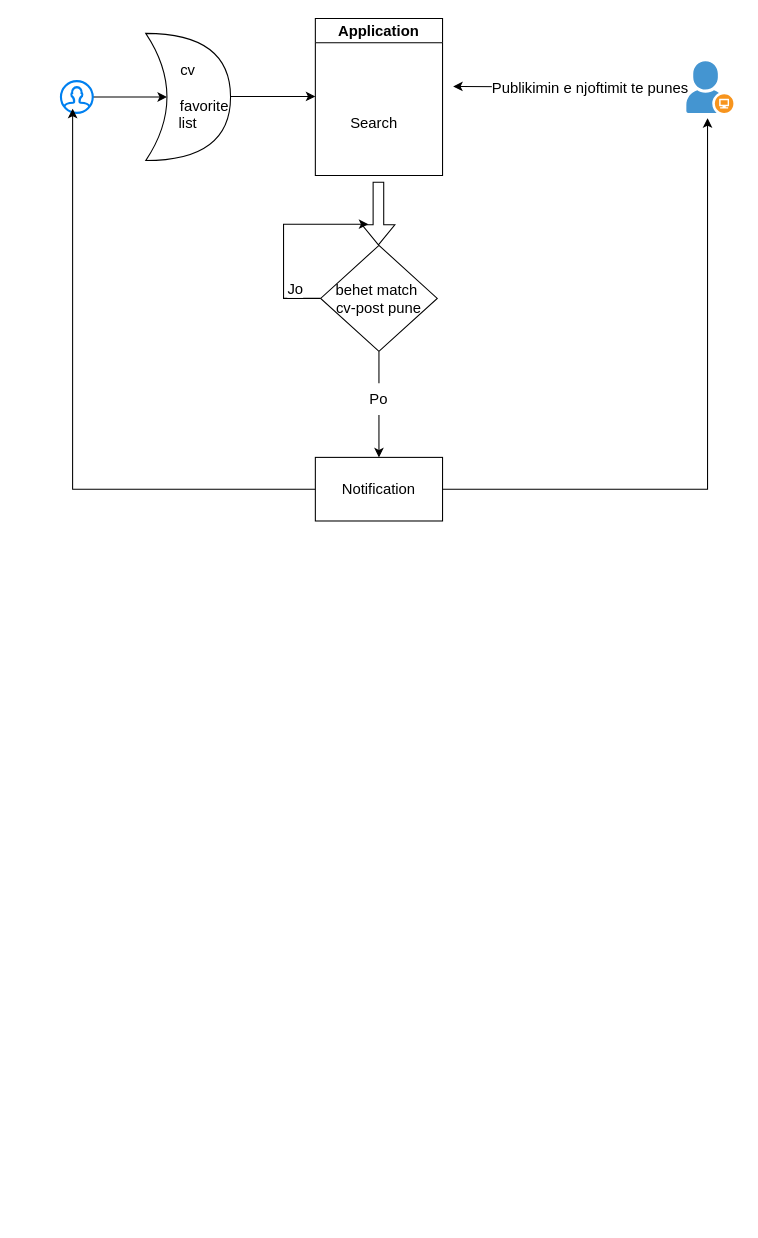
Before: draw.io/Untitled Diagram.drawio in endri21/Draw.io, a draw.io diagram. Source tidied: cells renumbered, new cells numbered last; positions are measured from the earlier drawing's top-left corner, leaving out a move shared by most shapes. Both pictures are drawn from the tidied source at 106%, with x=0, y=0 at pixel (60, 18).
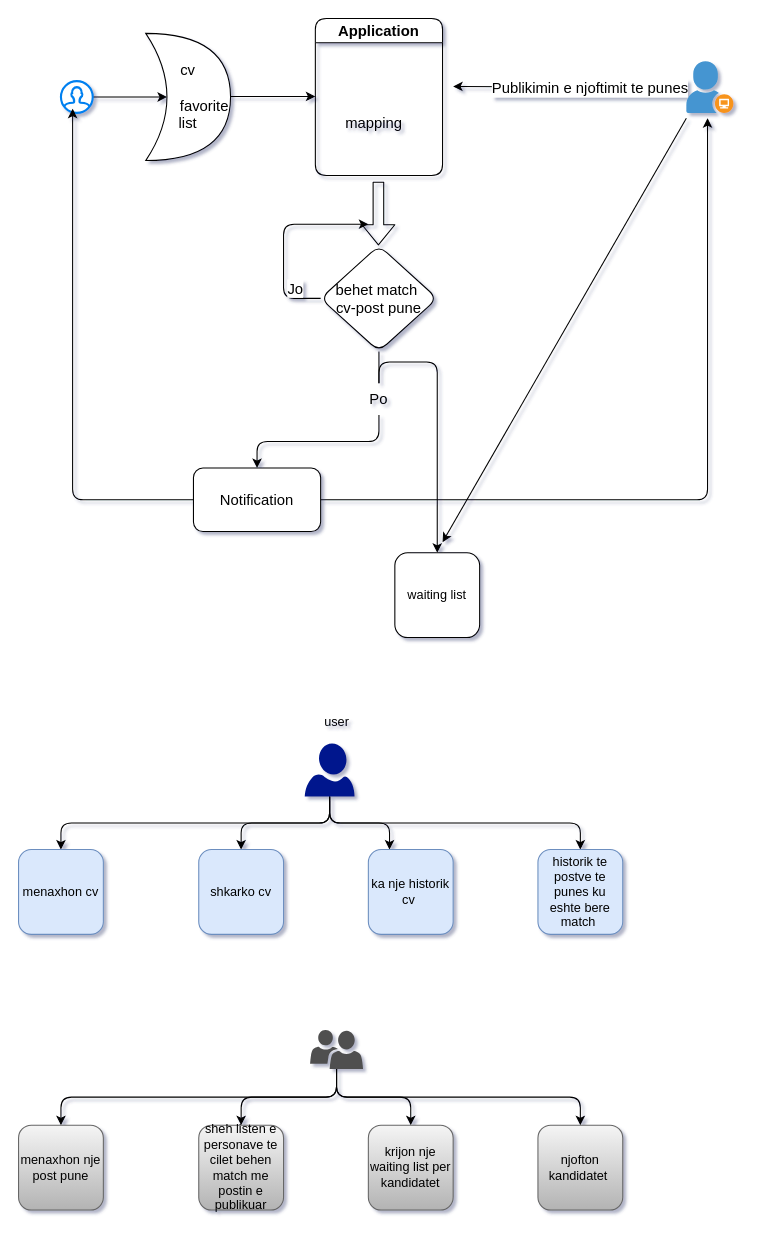
The same page after the edit.

Change to the diagram source:
```diff
@@
-<mxGraphModel>
+<mxGraphModel shadow="1">
@@
-    <mxCell id="2" style="edgeStyle=orthogonalEdgeStyle;rounded=0;orthogonalLoop=1;jettySize=auto;html=1;exitX=1;exitY=0.5;exitDx=0;exitDy=0;exitPerimeter=0;fontSize=14;" parent="1" edge="1">
+    <mxCell id="2" style="edgeStyle=orthogonalEdgeStyle;rounded=1;orthogonalLoop=1;jettySize=auto;html=1;exitX=1;exitY=0.5;exitDx=0;exitDy=0;exitPerimeter=0;fontSize=14;" parent="1" edge="1">
       <mxGeometry relative="1" as="geometry">
         <mxPoint x="160" y="73.5" as="sourcePoint" />
         <mxPoint x="240" y="73.5" as="targetPoint" />
       </mxGeometry>
     </mxCell>
-    <mxCell id="3" value="Application" style="swimlane;fontSize=14;" parent="1" vertex="1">
+    <mxCell id="3" value="Application" style="swimlane;fontSize=14;rounded=1;" parent="1" vertex="1">
       <mxGeometry x="240" y="-0.1" width="120" height="148.1" as="geometry" />
     </mxCell>
-    <mxCell id="4" value="Search" style="text;html=1;align=center;verticalAlign=middle;strokeColor=none;fillColor=none;fontSize=14;" parent="3" vertex="1">
-      <mxGeometry x="20" y="84.1" width="70" height="30" as="geometry" />
+    <mxCell id="4" value="mapping" style="text;html=1;align=center;verticalAlign=middle;strokeColor=none;fillColor=none;fontSize=14;rounded=1;" parent="3" vertex="1">
+      <mxGeometry x="15" y="84.1" width="80" height="30" as="geometry" />
     </mxCell>
-    <mxCell id="5" style="edgeStyle=orthogonalEdgeStyle;rounded=0;jettySize=auto;html=1;fontSize=14;" parent="1" edge="1" source="7">
+    <mxCell id="5" style="edgeStyle=orthogonalEdgeStyle;rounded=1;jettySize=auto;html=1;fontSize=14;" parent="1" edge="1" source="7">
       <mxGeometry relative="1" as="geometry">
         <mxPoint x="370" y="64" as="targetPoint" />
       </mxGeometry>
     </mxCell>
-    <mxCell id="6" value="Publikimin e njoftimit te punes" style="edgeLabel;html=1;align=center;verticalAlign=middle;fontSize=14;" parent="5" vertex="1">
+    <mxCell id="6" value="Publikimin e njoftimit te punes" style="edgeLabel;html=1;align=center;verticalAlign=middle;fontSize=14;rounded=1;" parent="5" vertex="1">
       <mxGeometry x="-0.16" y="1" relative="1" as="geometry" />
     </mxCell>
-    <mxCell id="7" style="shadow=0;dashed=0;html=1;strokeColor=none;fillColor=#4495D1;labelPosition=center;verticalLabelPosition=bottom;verticalAlign=top;align=center;outlineConnect=0;shape=mxgraph.veeam.company_user;fontSize=14;" parent="1" vertex="1">
+    <mxCell id="7" style="shadow=0;dashed=0;html=1;strokeColor=none;fillColor=#4495D1;labelPosition=center;verticalLabelPosition=bottom;verticalAlign=top;align=center;outlineConnect=0;shape=mxgraph.veeam.company_user;fontSize=14;rounded=1;" parent="1" vertex="1">
       <mxGeometry x="590" y="40.2" width="44.4" height="48.8" as="geometry" />
     </mxCell>
-    <mxCell id="8" style="edgeStyle=orthogonalEdgeStyle;rounded=0;jettySize=auto;html=1;entryX=0.25;entryY=0.5;entryDx=0;entryDy=0;entryPerimeter=0;fontSize=14;" parent="1" edge="1" source="9" target="10">
+    <mxCell id="8" style="edgeStyle=orthogonalEdgeStyle;rounded=1;jettySize=auto;html=1;entryX=0.25;entryY=0.5;entryDx=0;entryDy=0;entryPerimeter=0;fontSize=14;" parent="1" edge="1" source="9" target="10">
       <mxGeometry relative="1" as="geometry" />
     </mxCell>
-    <mxCell id="9" style="html=1;verticalLabelPosition=bottom;align=center;labelBackgroundColor=#ffffff;verticalAlign=top;strokeWidth=2;strokeColor=#0080F0;shadow=0;dashed=0;shape=mxgraph.ios7.icons.user;fontSize=14;" parent="1" vertex="1">
+    <mxCell id="9" style="html=1;verticalLabelPosition=bottom;align=center;labelBackgroundColor=#ffffff;verticalAlign=top;strokeWidth=2;strokeColor=#0080F0;shadow=0;dashed=0;shape=mxgraph.ios7.icons.user;fontSize=14;rounded=1;" parent="1" vertex="1">
       <mxGeometry y="59" width="30" height="30" as="geometry" />
     </mxCell>
-    <mxCell id="10" value="cv&lt;br&gt;&lt;br&gt;&lt;span style=&quot;white-space: pre;&quot;&gt;&#9;&lt;/span&gt;favorite list" style="shape=xor;whiteSpace=wrap;html=1;fontSize=14;" parent="1" vertex="1">
+    <mxCell id="10" value="cv&lt;br&gt;&lt;br&gt;&lt;span style=&quot;white-space: pre;&quot;&gt;&#9;&lt;/span&gt;favorite list" style="shape=xor;whiteSpace=wrap;html=1;fontSize=14;rounded=1;" parent="1" vertex="1">
       <mxGeometry x="80" y="14" width="80" height="120" as="geometry" />
     </mxCell>
-    <mxCell id="11" style="shape=flexArrow;endArrow=classic;html=1;rounded=0;fontSize=14;" parent="1" edge="1">
+    <mxCell id="11" style="shape=flexArrow;endArrow=classic;html=1;rounded=1;fontSize=14;" parent="1" edge="1">
       <mxGeometry relative="1" as="geometry">
         <mxPoint x="299.5" y="154" as="sourcePoint" />
         <mxPoint x="299.5" y="214" as="targetPoint" />
       </mxGeometry>
     </mxCell>
-    <mxCell id="12" style="edgeStyle=orthogonalEdgeStyle;rounded=0;jettySize=auto;html=1;exitX=0.5;exitY=1;exitDx=0;exitDy=0;fontSize=14;startArrow=none;" parent="1" edge="1" source="19" target="18">
+    <mxCell id="12" style="edgeStyle=orthogonalEdgeStyle;rounded=1;jettySize=auto;html=1;exitX=0.5;exitY=1;exitDx=0;exitDy=0;fontSize=14;startArrow=none;" parent="1" edge="1" source="19" target="18">
       <mxGeometry relative="1" as="geometry" />
     </mxCell>
-    <mxCell id="13" style="edgeStyle=orthogonalEdgeStyle;rounded=0;jettySize=auto;html=1;exitX=0;exitY=0.5;exitDx=0;exitDy=0;fontSize=14;" parent="1" edge="1" source="15">
+    <mxCell id="13" style="edgeStyle=orthogonalEdgeStyle;rounded=1;jettySize=auto;html=1;exitX=0;exitY=0.5;exitDx=0;exitDy=0;fontSize=14;" parent="1" edge="1" source="15">
       <mxGeometry relative="1" as="geometry">
         <mxPoint x="290" y="194" as="targetPoint" />
         <Array as="points">
           <mxPoint x="210" y="264" />
           <mxPoint x="210" y="194" />
         </Array>
       </mxGeometry>
     </mxCell>
-    <mxCell id="14" value="Jo" style="edgeLabel;html=1;align=center;verticalAlign=middle;fontSize=14;" parent="13" vertex="1">
+    <mxCell id="14" value="Jo" style="edgeLabel;html=1;align=center;verticalAlign=middle;fontSize=14;rounded=1;" parent="13" vertex="1">
       <mxGeometry x="0.37" y="1" relative="1" as="geometry">
         <mxPoint x="-12" y="61" as="offset" />
       </mxGeometry>
     </mxCell>
-    <mxCell id="15" value="behet match&amp;nbsp;&lt;br&gt;cv-post pune" style="rhombus;whiteSpace=wrap;html=1;fontSize=14;" parent="1" vertex="1">
+    <mxCell id="15" value="behet match&amp;nbsp;&lt;br&gt;cv-post pune" style="rhombus;whiteSpace=wrap;html=1;fontSize=14;rounded=1;" parent="1" vertex="1">
       <mxGeometry x="245" y="214" width="110" height="100" as="geometry" />
     </mxCell>
-    <mxCell id="16" style="edgeStyle=orthogonalEdgeStyle;rounded=0;jettySize=auto;html=1;exitX=1;exitY=0.5;exitDx=0;exitDy=0;entryX=0.45;entryY=1.102;entryDx=0;entryDy=0;entryPerimeter=0;fontSize=14;" parent="1" edge="1" source="18" target="7">
+    <mxCell id="16" style="edgeStyle=orthogonalEdgeStyle;rounded=1;jettySize=auto;html=1;exitX=1;exitY=0.5;exitDx=0;exitDy=0;entryX=0.45;entryY=1.102;entryDx=0;entryDy=0;entryPerimeter=0;fontSize=14;" parent="1" edge="1" source="18" target="7">
       <mxGeometry relative="1" as="geometry" />
     </mxCell>
-    <mxCell id="17" style="edgeStyle=orthogonalEdgeStyle;rounded=0;jettySize=auto;html=1;exitX=0;exitY=0.5;exitDx=0;exitDy=0;entryX=0.367;entryY=0.867;entryDx=0;entryDy=0;entryPerimeter=0;fontSize=14;" parent="1" edge="1" source="18" target="9">
+    <mxCell id="17" style="edgeStyle=orthogonalEdgeStyle;rounded=1;jettySize=auto;html=1;exitX=0;exitY=0.5;exitDx=0;exitDy=0;entryX=0.367;entryY=0.867;entryDx=0;entryDy=0;entryPerimeter=0;fontSize=14;" parent="1" edge="1" source="18" target="9">
       <mxGeometry relative="1" as="geometry" />
     </mxCell>
-    <mxCell id="18" value="Notification" style="rounded=0;whiteSpace=wrap;html=1;fontSize=14;" parent="1" vertex="1">
-      <mxGeometry x="240" y="414" width="120" height="60" as="geometry" />
+    <mxCell id="18" value="Notification" style="rounded=1;whiteSpace=wrap;html=1;fontSize=14;" parent="1" vertex="1">
+      <mxGeometry x="125" y="424" width="120" height="60" as="geometry" />
     </mxCell>
+    <mxCell id="21" style="edgeStyle=orthogonalEdgeStyle;rounded=1;jettySize=auto;html=1;exitX=0.5;exitY=0;exitDx=0;exitDy=0;entryX=0.5;entryY=0;entryDx=0;entryDy=0;" parent="1" edge="1" source="19" target="22">
+      <mxGeometry relative="1" as="geometry" />
+    </mxCell>
-    <mxCell id="19" value="Po" style="text;html=1;strokeColor=none;fillColor=none;align=center;verticalAlign=middle;whiteSpace=wrap;rounded=0;fontSize=14;" parent="1" vertex="1">
+    <mxCell id="19" value="Po" style="text;html=1;strokeColor=none;fillColor=none;align=center;verticalAlign=middle;whiteSpace=wrap;rounded=1;fontSize=14;" parent="1" vertex="1">
       <mxGeometry x="270" y="344" width="60" height="30" as="geometry" />
     </mxCell>
-    <mxCell id="20" style="edgeStyle=orthogonalEdgeStyle;rounded=0;jettySize=auto;html=1;exitX=0.5;exitY=1;exitDx=0;exitDy=0;fontSize=14;endArrow=none;" parent="1" edge="1" source="15" target="19">
+    <mxCell id="20" style="edgeStyle=orthogonalEdgeStyle;rounded=1;jettySize=auto;html=1;exitX=0.5;exitY=1;exitDx=0;exitDy=0;fontSize=14;endArrow=none;" parent="1" edge="1" source="15" target="19">
       <mxGeometry relative="1" as="geometry" />
     </mxCell>
+    <mxCell id="22" value="waiting list" style="whiteSpace=wrap;html=1;rounded=1;" parent="1" vertex="1">
+      <mxGeometry x="315" y="504" width="80" height="80" as="geometry" />
+    </mxCell>
+    <mxCell id="23" style="endArrow=classic;html=1;rounded=1;" parent="1" edge="1">
+      <mxGeometry relative="1" as="geometry">
+        <mxPoint x="590" y="94" as="sourcePoint" />
+        <mxPoint x="360" y="494" as="targetPoint" />
+      </mxGeometry>
+    </mxCell>
+    <mxCell id="24" style="edgeStyle=orthogonalEdgeStyle;rounded=1;jettySize=auto;html=1;exitX=0.5;exitY=1;exitDx=0;exitDy=0;exitPerimeter=0;entryX=0.5;entryY=0;entryDx=0;entryDy=0;" parent="1" edge="1" source="28" target="29">
+      <mxGeometry relative="1" as="geometry" />
+    </mxCell>
+    <mxCell id="25" style="edgeStyle=orthogonalEdgeStyle;rounded=1;jettySize=auto;html=1;exitX=0.5;exitY=1;exitDx=0;exitDy=0;exitPerimeter=0;entryX=0.25;entryY=0;entryDx=0;entryDy=0;" parent="1" edge="1" source="28" target="31">
+      <mxGeometry relative="1" as="geometry" />
+    </mxCell>
+    <mxCell id="26" style="edgeStyle=orthogonalEdgeStyle;rounded=1;jettySize=auto;html=1;exitX=0.5;exitY=1;exitDx=0;exitDy=0;exitPerimeter=0;" parent="1" edge="1" source="28" target="30">
+      <mxGeometry relative="1" as="geometry" />
+    </mxCell>
+    <mxCell id="27" style="edgeStyle=orthogonalEdgeStyle;rounded=1;jettySize=auto;html=1;exitX=0.5;exitY=1;exitDx=0;exitDy=0;exitPerimeter=0;entryX=0.5;entryY=0;entryDx=0;entryDy=0;" parent="1" edge="1" source="28" target="32">
+      <mxGeometry relative="1" as="geometry" />
+    </mxCell>
+    <mxCell id="28" style="shadow=0;dashed=0;html=1;strokeColor=none;labelPosition=center;verticalLabelPosition=bottom;verticalAlign=top;align=center;fillColor=#00188D;shape=mxgraph.azure.user;rounded=1;" parent="1" vertex="1">
+      <mxGeometry x="230" y="684" width="47" height="50" as="geometry" />
+    </mxCell>
+    <mxCell id="29" value="menaxhon cv" style="whiteSpace=wrap;html=1;fillColor=#dae8fc;strokeColor=#6c8ebf;rounded=1;" parent="1" vertex="1">
+      <mxGeometry x="-40" y="784" width="80" height="80" as="geometry" />
+    </mxCell>
+    <mxCell id="30" value="shkarko cv" style="whiteSpace=wrap;html=1;fillColor=#dae8fc;strokeColor=#6c8ebf;rounded=1;" parent="1" vertex="1">
+      <mxGeometry x="130" y="784" width="80" height="80" as="geometry" />
+    </mxCell>
+    <mxCell id="31" value="ka nje historik cv&amp;nbsp;" style="whiteSpace=wrap;html=1;fillColor=#dae8fc;strokeColor=#6c8ebf;rounded=1;" parent="1" vertex="1">
+      <mxGeometry x="290" y="784" width="80" height="80" as="geometry" />
+    </mxCell>
+    <mxCell id="32" value="historik te postve te punes ku eshte bere match&amp;nbsp;" style="whiteSpace=wrap;html=1;fillColor=#dae8fc;strokeColor=#6c8ebf;rounded=1;" parent="1" vertex="1">
+      <mxGeometry x="450" y="784" width="80" height="80" as="geometry" />
+    </mxCell>
+    <mxCell id="33" value="user" style="text;html=1;align=center;verticalAlign=middle;strokeColor=none;fillColor=none;rounded=1;" parent="1" vertex="1">
+      <mxGeometry x="235" y="649" width="50" height="30" as="geometry" />
+    </mxCell>
+    <mxCell id="34" style="edgeStyle=orthogonalEdgeStyle;rounded=1;jettySize=auto;html=1;exitX=0.5;exitY=1;exitDx=0;exitDy=0;exitPerimeter=0;entryX=0.5;entryY=0;entryDx=0;entryDy=0;" parent="1" edge="1" source="38" target="39">
+      <mxGeometry relative="1" as="geometry" />
+    </mxCell>
+    <mxCell id="35" style="edgeStyle=orthogonalEdgeStyle;rounded=1;jettySize=auto;html=1;exitX=0.5;exitY=1;exitDx=0;exitDy=0;exitPerimeter=0;entryX=0.5;entryY=0;entryDx=0;entryDy=0;" parent="1" edge="1" source="38" target="41">
+      <mxGeometry relative="1" as="geometry" />
+    </mxCell>
+    <mxCell id="36" style="edgeStyle=orthogonalEdgeStyle;rounded=1;jettySize=auto;html=1;exitX=0.5;exitY=1;exitDx=0;exitDy=0;exitPerimeter=0;" parent="1" edge="1" source="38" target="42">
+      <mxGeometry relative="1" as="geometry" />
+    </mxCell>
+    <mxCell id="37" style="edgeStyle=orthogonalEdgeStyle;rounded=1;jettySize=auto;html=1;exitX=0.5;exitY=1;exitDx=0;exitDy=0;exitPerimeter=0;entryX=0.5;entryY=0;entryDx=0;entryDy=0;" parent="1" edge="1" source="38" target="40">
+      <mxGeometry relative="1" as="geometry" />
+    </mxCell>
+    <mxCell id="38" style="shadow=0;dashed=0;html=1;strokeColor=none;labelPosition=center;verticalLabelPosition=bottom;verticalAlign=top;align=center;fillColor=#505050;shape=mxgraph.mscae.intune.user_group;rounded=1;" parent="1" vertex="1">
+      <mxGeometry x="235" y="954" width="50" height="37" as="geometry" />
+    </mxCell>
+    <mxCell id="39" value="menaxhon nje post pune" style="whiteSpace=wrap;html=1;fillColor=#f5f5f5;gradientColor=#b3b3b3;strokeColor=#666666;rounded=1;" parent="1" vertex="1">
+      <mxGeometry x="-40" y="1044" width="80" height="80" as="geometry" />
+    </mxCell>
+    <mxCell id="40" value="sheh listen e personave te cilet behen match me postin e publikuar" style="whiteSpace=wrap;html=1;fillColor=#f5f5f5;gradientColor=#b3b3b3;strokeColor=#666666;rounded=1;" parent="1" vertex="1">
+      <mxGeometry x="130" y="1044" width="80" height="80" as="geometry" />
+    </mxCell>
+    <mxCell id="41" value="krijon nje waiting list per kandidatet" style="whiteSpace=wrap;html=1;fillColor=#f5f5f5;gradientColor=#b3b3b3;strokeColor=#666666;rounded=1;" parent="1" vertex="1">
+      <mxGeometry x="290" y="1044" width="80" height="80" as="geometry" />
+    </mxCell>
+    <mxCell id="42" value="njofton kandidatet&amp;nbsp;" style="whiteSpace=wrap;html=1;fillColor=#f5f5f5;gradientColor=#b3b3b3;strokeColor=#666666;rounded=1;" parent="1" vertex="1">
+      <mxGeometry x="450" y="1044" width="80" height="80" as="geometry" />
+    </mxCell>
```
